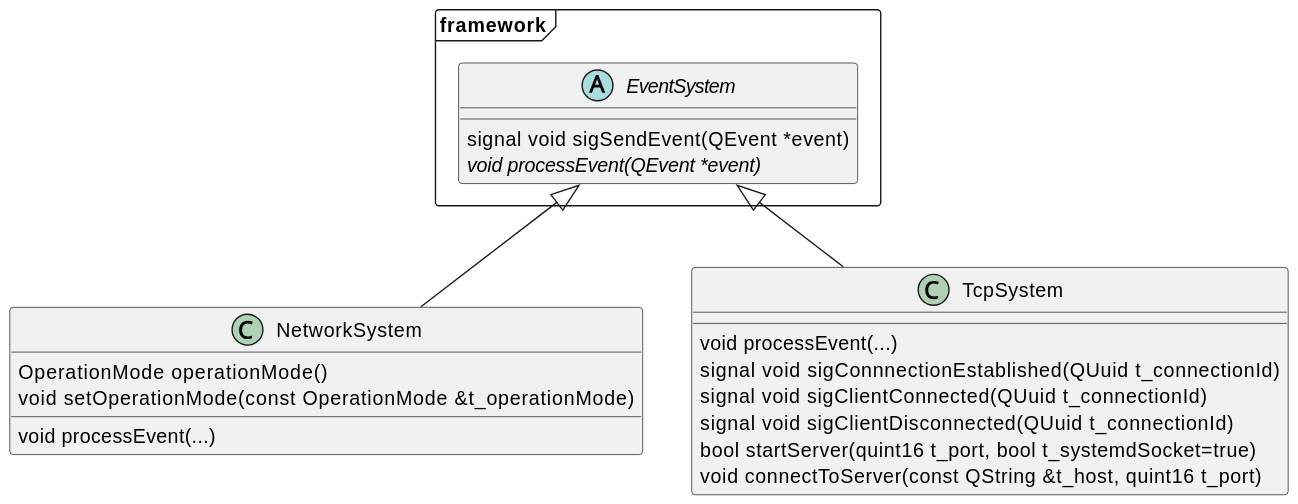
Earlier version of the PlantUML export network/doc/class-diagram-network-event-systems.svg (ZeraGmbH/vein-framework). Its diagram source:
```plantuml
@startuml
package "framework" <<Frame>> {
    abstract class EventSystem {
        signal void sigSendEvent(QEvent *event)
        {abstract} void processEvent(QEvent *event)
    }
}

class NetworkSystem {
    {field} OperationMode operationMode()
    {field} void setOperationMode(const OperationMode &t_operationMode)
    void processEvent(...)
}

class TcpSystem {
    void processEvent(...)
    signal void sigConnnectionEstablished(QUuid t_connectionId)
    signal void sigClientConnected(QUuid t_connectionId)
    signal void sigClientDisconnected(QUuid t_connectionId)
    bool startServer(quint16 t_port, bool t_systemdSocket=true)
    void connectToServer(const QString &t_host, quint16 t_port)
}

EventSystem <|-- NetworkSystem
EventSystem <|-- TcpSystem
@enduml
```
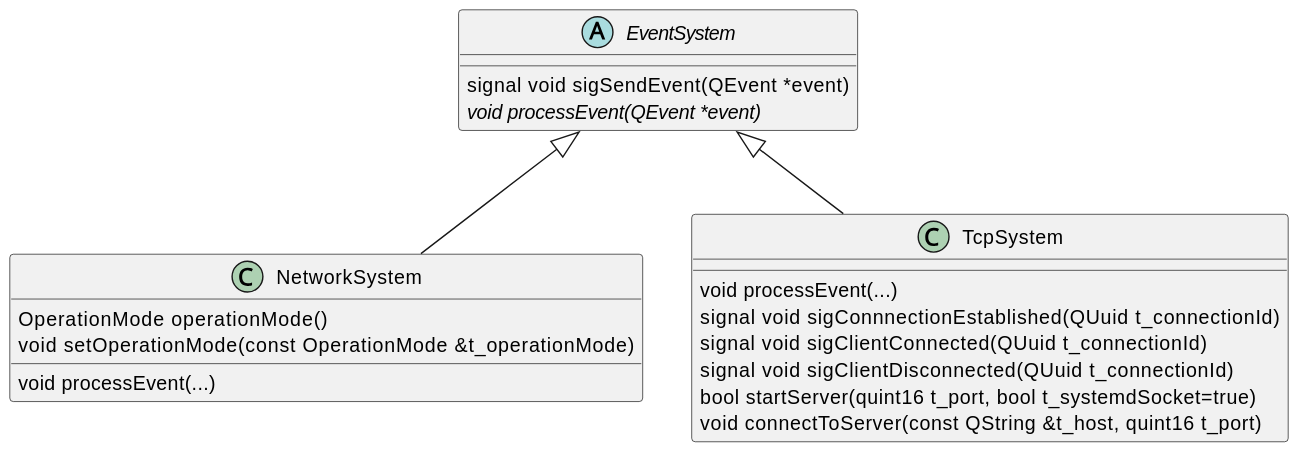
After the change.

Diff of the diagram source:
```diff
@@ -1,9 +1,7 @@
 @startuml
-package "framework" <<Frame>> {
-    abstract class EventSystem {
-        signal void sigSendEvent(QEvent *event)
-        {abstract} void processEvent(QEvent *event)
-    }
+abstract class EventSystem {
+    signal void sigSendEvent(QEvent *event)
+    {abstract} void processEvent(QEvent *event)
 }
 
 class NetworkSystem {
```
